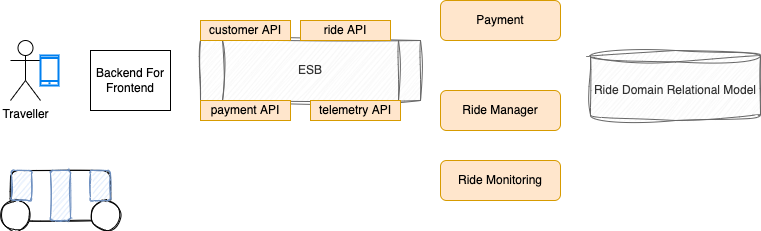
The draw.io diagram docs/diagrams/soa-based-solution.drawio.png in jbcodeforce/eda-studies, before a commit. Source tidied: cells renumbered, new cells last; positions are measured from the earlier drawing's top-left corner, leaving out a move shared by most shapes.
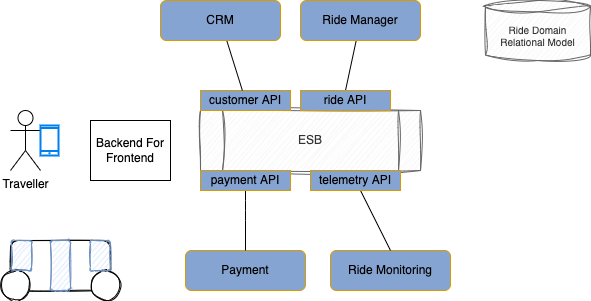
The same diagram one commit later.

Commit message:
update main eda part and add reactive diagram

What changed in the source:
```diff
@@ -2,14 +2,17 @@
   <root>
     <mxCell id="0" />
     <mxCell id="1" parent="0" />
-    <mxCell id="2" value="Ride Domain Relational Model" style="shape=cylinder3;whiteSpace=wrap;html=1;boundedLbl=1;backgroundOutline=1;size=5.6692657470703125;fillColor=#f5f5f5;fontColor=#333333;strokeColor=#666666;sketch=1;curveFitting=1;jiggle=2;" parent="1" vertex="1">
-      <mxGeometry x="590" y="50" width="170" height="70" as="geometry" />
+    <mxCell id="2" value="Ride Domain Relational Model" style="shape=cylinder3;whiteSpace=wrap;html=1;boundedLbl=1;backgroundOutline=1;size=5.6692657470703125;fillColor=#f5f5f5;fontColor=#333333;strokeColor=#666666;sketch=1;curveFitting=1;jiggle=2;fontSize=10;" parent="1" vertex="1">
+      <mxGeometry x="485" y="-70" width="105" height="60" as="geometry" />
     </mxCell>
+    <mxCell id="20" style="edgeStyle=none;html=1;entryX=0.5;entryY=0;entryDx=0;entryDy=0;endArrow=none;endFill=0;" parent="1" edge="1" source="3" target="9">
+      <mxGeometry relative="1" as="geometry" />
+    </mxCell>
-    <mxCell id="3" value="Ride Manager" style="rounded=1;whiteSpace=wrap;html=1;fillColor=#ffe6cc;strokeColor=#d79b00;" parent="1" vertex="1">
-      <mxGeometry x="440" y="90" width="120" height="40" as="geometry" />
+    <mxCell id="3" value="Ride Manager" style="rounded=1;whiteSpace=wrap;html=1;fillColor=#86A4D1;strokeColor=#d79b00;" parent="1" vertex="1">
+      <mxGeometry x="300" y="-70" width="120" height="40" as="geometry" />
     </mxCell>
-    <mxCell id="4" value="Payment" style="rounded=1;whiteSpace=wrap;html=1;fillColor=#ffe6cc;strokeColor=#d79b00;" parent="1" vertex="1">
-      <mxGeometry x="440" width="120" height="40" as="geometry" />
+    <mxCell id="4" value="Payment" style="rounded=1;whiteSpace=wrap;html=1;fillColor=#86A4D1;strokeColor=#d79b00;" parent="1" vertex="1">
+      <mxGeometry x="185" y="180" width="120" height="40" as="geometry" />
     </mxCell>
     <mxCell id="5" value="Traveller" style="shape=umlActor;verticalLabelPosition=bottom;verticalAlign=top;html=1;" parent="1" vertex="1">
       <mxGeometry x="10" y="40" width="30" height="60" as="geometry" />
@@ -20,17 +23,24 @@
     <mxCell id="7" value="ESB" style="shape=process;whiteSpace=wrap;html=1;backgroundOutline=1;sketch=1;curveFitting=1;jiggle=2;fillColor=#f5f5f5;fontColor=#333333;strokeColor=#666666;" parent="1" vertex="1">
       <mxGeometry x="200" y="40" width="220" height="60" as="geometry" />
     </mxCell>
-    <mxCell id="8" value="customer API" style="rounded=0;whiteSpace=wrap;html=1;fillColor=#ffe6cc;strokeColor=#d79b00;" parent="1" vertex="1">
+    <mxCell id="8" value="customer API" style="rounded=0;whiteSpace=wrap;html=1;fillColor=#86A4D1;strokeColor=#d79b00;" parent="1" vertex="1">
       <mxGeometry x="200" y="20" width="90" height="20" as="geometry" />
     </mxCell>
-    <mxCell id="9" value="ride API" style="rounded=0;whiteSpace=wrap;html=1;fillColor=#ffe6cc;strokeColor=#d79b00;" parent="1" vertex="1">
+    <mxCell id="9" value="ride API" style="rounded=0;whiteSpace=wrap;html=1;fillColor=#86A4D1;strokeColor=#d79b00;" parent="1" vertex="1">
       <mxGeometry x="300" y="20" width="90" height="20" as="geometry" />
     </mxCell>
+    <mxCell id="21" style="edgeStyle=none;html=1;endArrow=none;endFill=0;" parent="1" edge="1" source="10" target="4">
+      <mxGeometry relative="1" as="geometry">
+        <Array as="points">
+          <mxPoint x="245" y="140" />
+        </Array>
+      </mxGeometry>
+    </mxCell>
-    <mxCell id="10" value="payment API" style="rounded=0;whiteSpace=wrap;html=1;fillColor=#ffe6cc;strokeColor=#d79b00;" parent="1" vertex="1">
+    <mxCell id="10" value="payment API" style="rounded=0;whiteSpace=wrap;html=1;fillColor=#86A4D1;strokeColor=#d79b00;" parent="1" vertex="1">
       <mxGeometry x="200" y="100" width="90" height="20" as="geometry" />
     </mxCell>
-    <mxCell id="11" value="Ride Monitoring" style="rounded=1;whiteSpace=wrap;html=1;fillColor=#ffe6cc;strokeColor=#d79b00;" parent="1" vertex="1">
-      <mxGeometry x="440" y="160" width="120" height="40" as="geometry" />
+    <mxCell id="11" value="Ride Monitoring" style="rounded=1;whiteSpace=wrap;html=1;fillColor=#86A4D1;strokeColor=#d79b00;" parent="1" vertex="1">
+      <mxGeometry x="330" y="180" width="120" height="40" as="geometry" />
     </mxCell>
     <mxCell id="12" style="rounded=1;whiteSpace=wrap;html=1;sketch=1;" parent="1" vertex="1">
       <mxGeometry x="10" y="170" width="100" height="50" as="geometry" />
@@ -50,11 +60,20 @@
     <mxCell id="17" style="rounded=1;whiteSpace=wrap;html=1;sketch=1;fillColor=#dae8fc;strokeColor=#6c8ebf;" parent="1" vertex="1">
       <mxGeometry x="50" y="170" width="20" height="50" as="geometry" />
     </mxCell>
+    <mxCell id="22" style="edgeStyle=none;html=1;entryX=0.5;entryY=0;entryDx=0;entryDy=0;endArrow=none;endFill=0;" parent="1" edge="1" source="18" target="11">
+      <mxGeometry relative="1" as="geometry" />
+    </mxCell>
-    <mxCell id="18" value="telemetry API" style="rounded=0;whiteSpace=wrap;html=1;fillColor=#ffe6cc;strokeColor=#d79b00;" parent="1" vertex="1">
+    <mxCell id="18" value="telemetry API" style="rounded=0;whiteSpace=wrap;html=1;fillColor=#86A4D1;strokeColor=#d79b00;" parent="1" vertex="1">
       <mxGeometry x="310" y="100" width="90" height="20" as="geometry" />
     </mxCell>
     <mxCell id="19" value="Backend For Frontend" style="rounded=0;whiteSpace=wrap;html=1;" parent="1" vertex="1">
       <mxGeometry x="90" y="50" width="80" height="60" as="geometry" />
     </mxCell>
+    <mxCell id="23" style="edgeStyle=none;html=1;endArrow=none;endFill=0;" parent="1" edge="1" source="24" target="8">
+      <mxGeometry relative="1" as="geometry" />
+    </mxCell>
+    <mxCell id="24" value="CRM" style="rounded=1;whiteSpace=wrap;html=1;fillColor=#86A4D1;strokeColor=#d79b00;" parent="1" vertex="1">
+      <mxGeometry x="160" y="-70" width="120" height="40" as="geometry" />
+    </mxCell>
   </root>
 </mxGraphModel>
```
